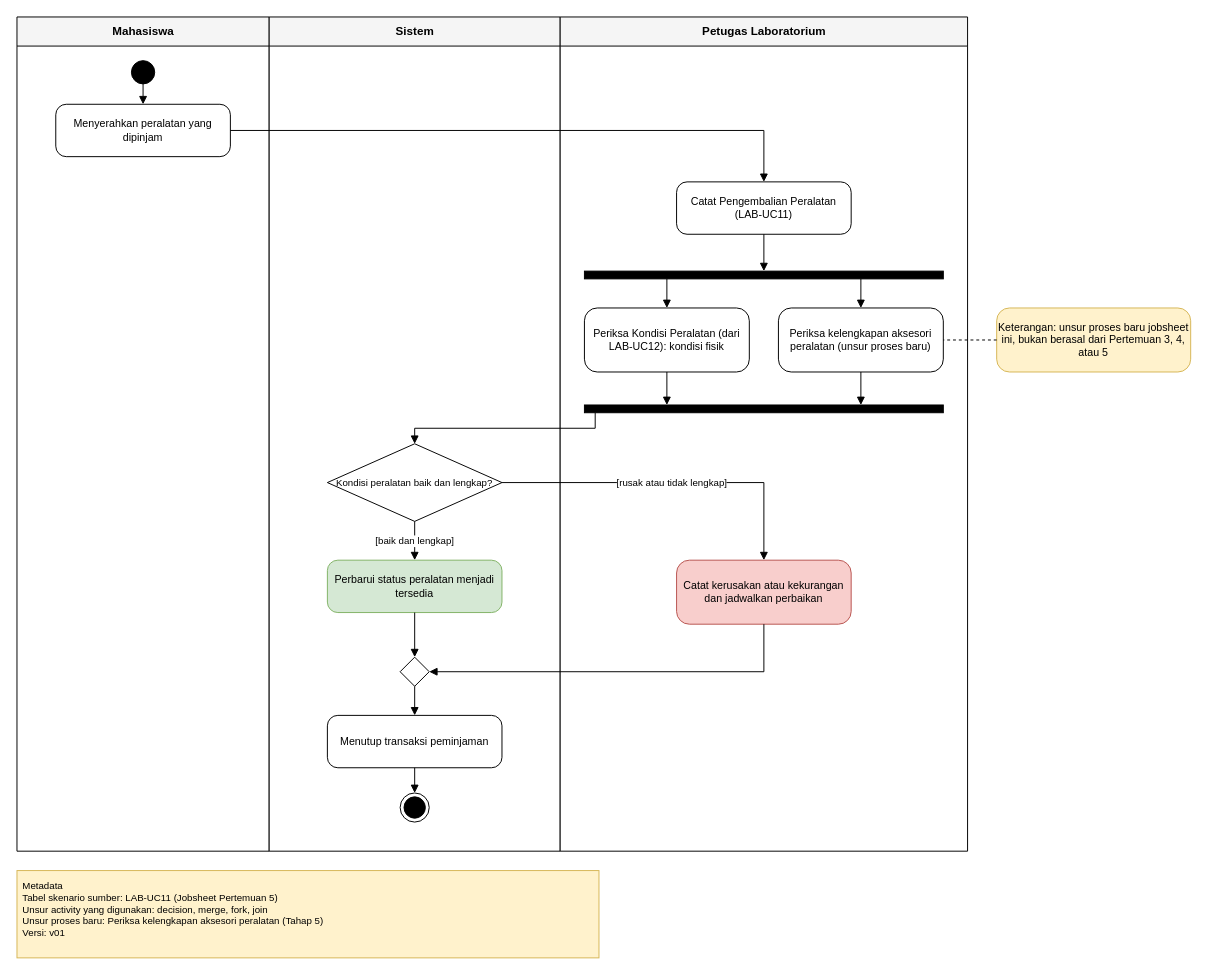
Above: 04_model_analisis/P06/LAB/P06_2406027_LAB_activity_pengembalian_v01.drawio in Muhamadrojaka15/IFRWP5149_2406027_LabAlat (draw.io), before the change. Source tidied: cells renumbered, new cells numbered last; positions are measured from the earlier drawing's top-left corner, leaving out a move shared by most shapes. Both pictures are drawn from the tidied source at 97%, with x=0, y=0 at pixel (16, 16).
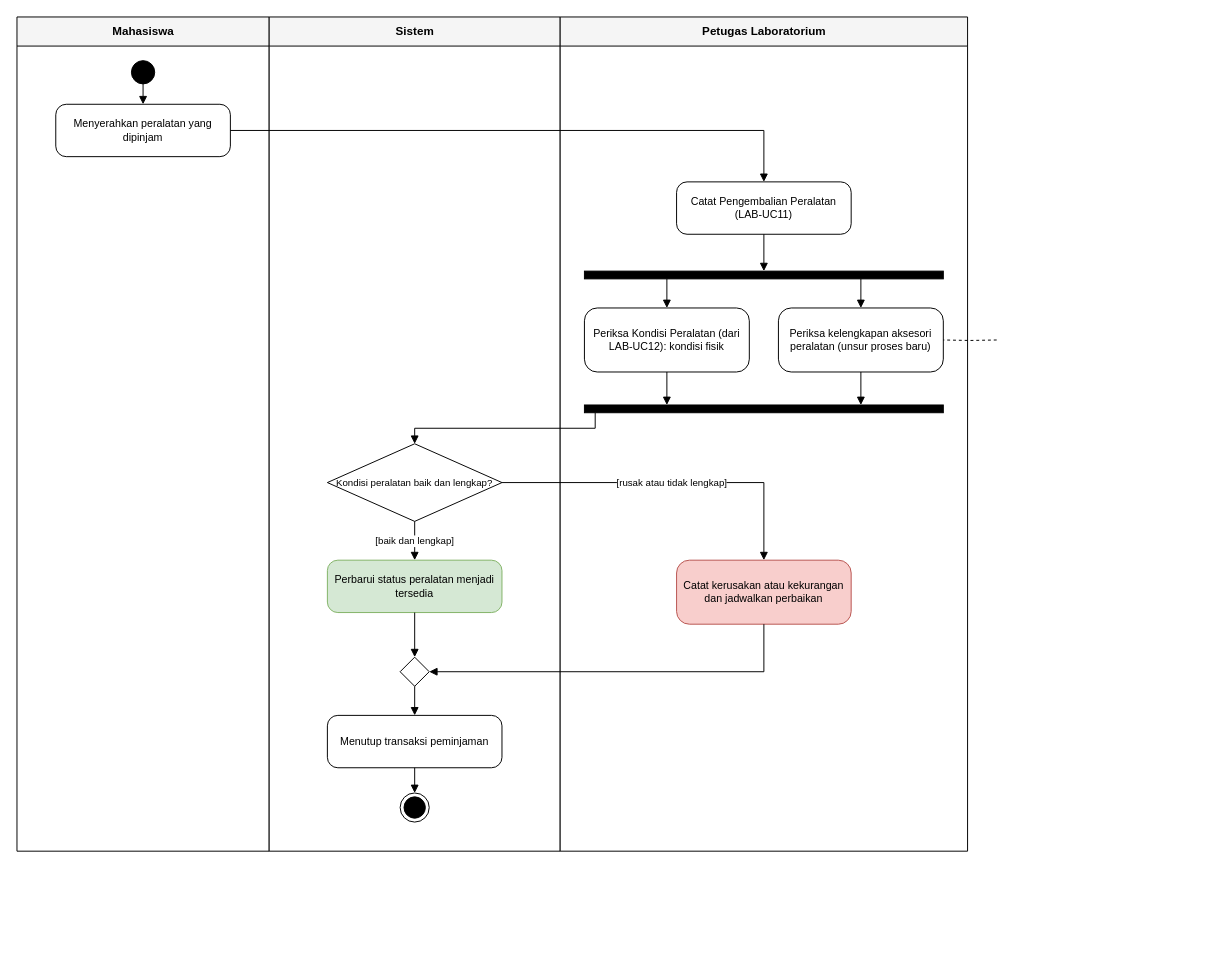
The same page after the edit.

The change refers to these unchanged cells:
```xml
<mxCell id="10" value="Periksa kelengkapan aksesori peralatan (unsur proses baru)" style="rounded=1;whiteSpace=wrap;html=1;arcSize=20;fontSize=11;fillColor=#ffffff;strokeColor=#000000;" parent="1" vertex="1">
  <mxGeometry x="785" y="300" width="170" height="66" as="geometry" />
</mxCell>
```

Change to the diagram source:
```diff
@@
-    <mxCell id="18" value="Keterangan: unsur proses baru jobsheet ini, bukan berasal dari Pertemuan 3, 4, atau 5" style="rounded=1;whiteSpace=wrap;html=1;arcSize=20;fontSize=11;fillColor=#fff2cc;strokeColor=#d6b656;" parent="1" vertex="1">
-      <mxGeometry x="1010" y="300" width="200" height="66" as="geometry" />
-    </mxCell>
@@
-    <mxCell id="33" style="edgeStyle=orthogonalEdgeStyle;rounded=0;html=1;endArrow=block;endFill=1;fontSize=10;labelBackgroundColor=#ffffff;dashed=1;endArrow=none;endFill=0;exitX=0;exitY=0.5;exitDx=0;exitDy=0;entryX=1;entryY=0.5;entryDx=0;entryDy=0;" parent="1" edge="1" source="18" target="10">
-      <mxGeometry relative="1" as="geometry" />
+    <mxCell id="33" style="edgeStyle=orthogonalEdgeStyle;rounded=0;html=1;endArrow=block;endFill=1;fontSize=10;labelBackgroundColor=#ffffff;dashed=1;endArrow=none;endFill=0;exitX=0;exitY=0.5;exitDx=0;exitDy=0;entryX=1;entryY=0.5;entryDx=0;entryDy=0;" parent="1" edge="1" target="10">
+      <mxGeometry relative="1" as="geometry">
+        <mxPoint x="1010" y="333" as="sourcePoint" />
+      </mxGeometry>
     </mxCell>
-    <mxCell id="34" value="Metadata&#10;Tabel skenario sumber: LAB-UC11 (Jobsheet Pertemuan 5)&#10;Unsur activity yang digunakan: decision, merge, fork, join&#10;Unsur proses baru: Periksa kelengkapan aksesori peralatan (Tahap 5)&#10;Versi: v01" style="text;html=1;whiteSpace=wrap;align=left;verticalAlign=top;fontSize=10;fillColor=#fff2cc;strokeColor=#d6b656;spacing=6;" parent="1" vertex="1">
-      <mxGeometry y="880" width="600" height="90" as="geometry" />
-    </mxCell>
```
